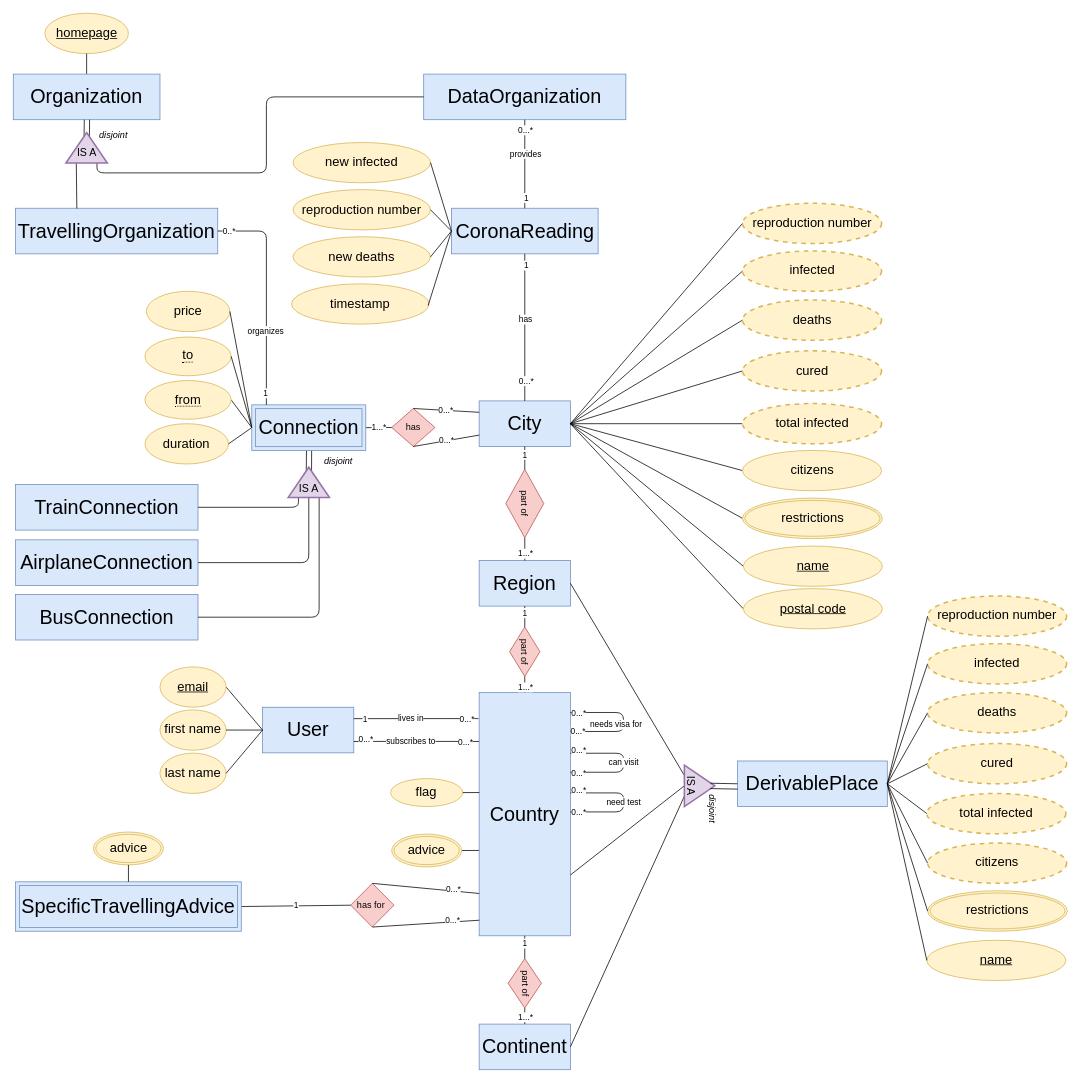
This is documentation/OISdiagram.drawio from wulfdewolf/OpenInformationSystemsGroup1, a draw.io file, before an edit. Source tidied: cells renumbered, new cells numbered last; positions are measured from the earlier drawing's top-left corner, leaving out a move shared by most shapes. Both pictures are drawn from the tidied source at 76%, with x=0, y=0 at pixel (13, 13).
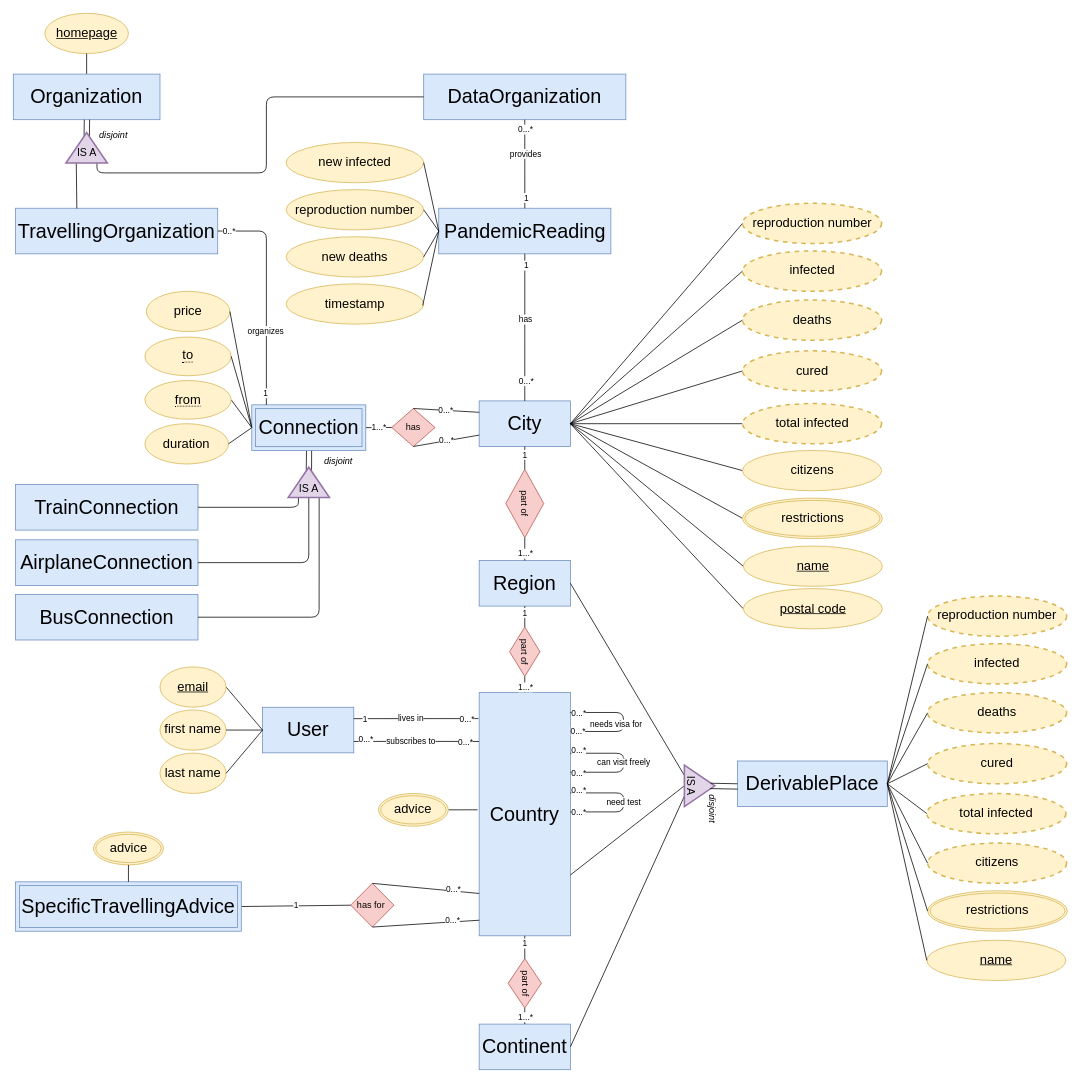
After the change.

Commit message (it also covers changes not shown here):
Renamed CoronaReading to PandemicReading

The change refers to these unchanged cells:
```xml
<mxCell id="8" value="&lt;font style=&quot;font-size: 26px&quot;&gt;Country&lt;/font&gt;" style="rounded=0;whiteSpace=wrap;html=1;fillColor=#dae8fc;strokeColor=#6c8ebf;" parent="1" vertex="1">
  <mxGeometry x="613" y="893.8" width="120" height="320" as="geometry" />
</mxCell>
```

Change to the diagram source:
```diff
@@
-    <mxCell id="9" value="&lt;span style=&quot;font-size: 17px&quot;&gt;flag&lt;/span&gt;" style="ellipse;whiteSpace=wrap;html=1;fillColor=#fff2cc;strokeColor=#d6b656;" parent="1" vertex="1">
-      <mxGeometry x="496.4" y="1007" width="95" height="36.8" as="geometry" />
-    </mxCell>
-    <mxCell id="10" style="endArrow=none;html=1;exitX=1;exitY=0.5;exitDx=0;exitDy=0;entryX=0.001;entryY=0.411;entryDx=0;entryDy=0;entryPerimeter=0;" parent="1" edge="1" source="9" target="8">
-      <mxGeometry relative="1" as="geometry" />
-    </mxCell>
@@
-    <mxCell id="46" style="endArrow=none;html=1;exitX=1;exitY=0.5;exitDx=0;exitDy=0;entryX=-0.002;entryY=0.649;entryDx=0;entryDy=0;entryPerimeter=0;" parent="1" edge="1" source="111" target="8">
+    <mxCell id="46" style="endArrow=none;html=1;exitX=1;exitY=0.5;exitDx=0;exitDy=0;entryX=-0.017;entryY=0.482;entryDx=0;entryDy=0;entryPerimeter=0;" parent="1" edge="1" source="111" target="8">
       <mxGeometry relative="1" as="geometry" />
     </mxCell>
@@
-    <mxCell id="51" value="can visit" style="endArrow=none;html=1;entryX=1;entryY=0.5;entryDx=0;entryDy=0;" parent="1" edge="1">
+    <mxCell id="51" value="can visit freely" style="endArrow=none;html=1;entryX=1;entryY=0.5;entryDx=0;entryDy=0;" parent="1" edge="1">
       <mxGeometry relative="1" as="geometry">
         <mxPoint x="733" y="998.6" as="sourcePoint" />
         <mxPoint x="733" y="973.6" as="targetPoint" />
         <Array as="points">
           <mxPoint x="803" y="998.6" />
           <mxPoint x="803" y="973.6" />
         </Array>
       </mxGeometry>
     </mxCell>
@@
-    <mxCell id="75" value="&lt;font style=&quot;font-size: 26px&quot;&gt;CoronaReading&lt;/font&gt;" style="rounded=0;whiteSpace=wrap;html=1;fillColor=#dae8fc;strokeColor=#6c8ebf;" parent="1" vertex="1">
-      <mxGeometry x="576.5" y="256.5" width="193" height="60" as="geometry" />
+    <mxCell id="75" value="&lt;font style=&quot;font-size: 26px&quot;&gt;PandemicReading&lt;/font&gt;" style="rounded=0;whiteSpace=wrap;html=1;fillColor=#dae8fc;strokeColor=#6c8ebf;" parent="1" vertex="1">
+      <mxGeometry x="559.8" y="256.5" width="226.5" height="60" as="geometry" />
     </mxCell>
@@
     <mxCell id="105" value="&lt;font style=&quot;font-size: 17px&quot;&gt;reproduction number&lt;/font&gt;" style="ellipse;whiteSpace=wrap;html=1;fillColor=#fff2cc;strokeColor=#d6b656;" parent="1" vertex="1">
-      <mxGeometry x="368" y="232" width="181" height="53" as="geometry" />
+      <mxGeometry x="359" y="232" width="181" height="53" as="geometry" />
     </mxCell>
@@
     <mxCell id="111" value="&lt;span style=&quot;font-size: 17px&quot;&gt;advice&lt;/span&gt;" style="ellipse;shape=doubleEllipse;margin=3;whiteSpace=wrap;html=1;align=center;fillColor=#fff2cc;strokeColor=#d6b656;" parent="1" vertex="1">
-      <mxGeometry x="497.9" y="1080" width="92" height="43.2" as="geometry" />
+      <mxGeometry x="480.4" y="1026.5" width="92" height="43.2" as="geometry" />
     </mxCell>
@@
     <mxCell id="140" value="&lt;font style=&quot;font-size: 17px&quot;&gt;new infected&lt;/font&gt;" style="ellipse;whiteSpace=wrap;html=1;fillColor=#fff2cc;strokeColor=#d6b656;" parent="1" vertex="1">
-      <mxGeometry x="368" y="170" width="181" height="53" as="geometry" />
+      <mxGeometry x="359" y="170" width="181" height="53" as="geometry" />
     </mxCell>
     <mxCell id="141" value="&lt;font style=&quot;font-size: 17px&quot;&gt;new deaths&lt;/font&gt;" style="ellipse;whiteSpace=wrap;html=1;fillColor=#fff2cc;strokeColor=#d6b656;" parent="1" vertex="1">
-      <mxGeometry x="368" y="294" width="181" height="53" as="geometry" />
+      <mxGeometry x="359" y="294" width="181" height="53" as="geometry" />
     </mxCell>
     <mxCell id="142" value="&lt;font style=&quot;font-size: 17px&quot;&gt;timestamp&lt;/font&gt;" style="ellipse;whiteSpace=wrap;html=1;fillColor=#fff2cc;strokeColor=#d6b656;" parent="1" vertex="1">
-      <mxGeometry x="366.1" y="356" width="181" height="53" as="geometry" />
+      <mxGeometry x="359" y="356" width="181" height="53" as="geometry" />
     </mxCell>
```
